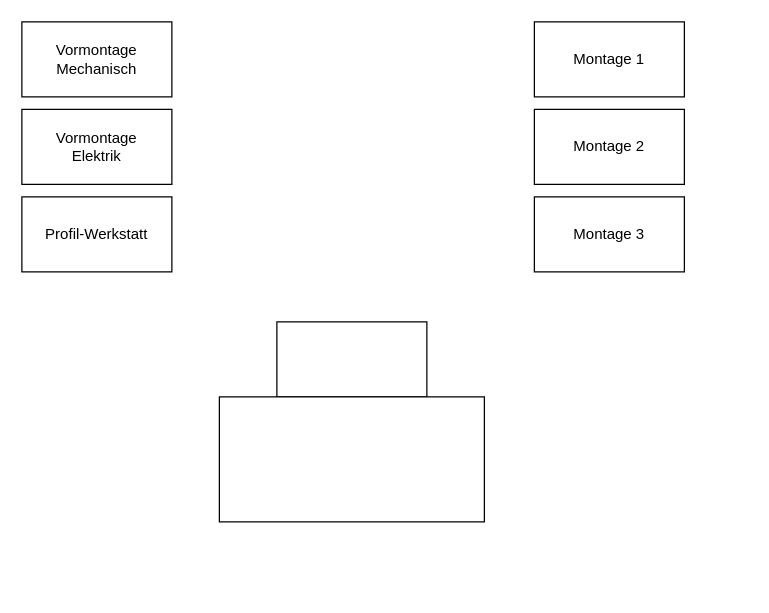
macnch33s3/draw.io keeps this draw.io diagram as Produktionslayout Sortic.drawio. Above is the earlier version. Source tidied: cells renumbered, new cells numbered last; positions are measured from the earlier drawing's top-left corner, leaving out a move shared by most shapes. Both pictures are drawn from the tidied source at 125%, with x=0, y=0 at pixel (21, 21).
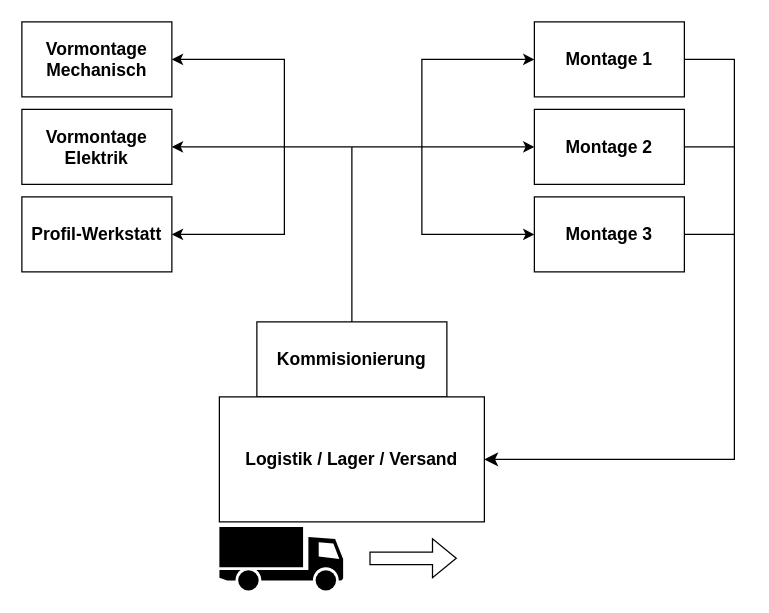
The same diagram, later.

The edit, as a diff of the source:
```diff
@@
-    <mxCell id="2" style="rounded=0;whiteSpace=wrap;html=1;" parent="1" vertex="1">
-      <mxGeometry x="204" y="240" width="120" height="60" as="geometry" />
+    <mxCell id="2" value="&lt;font style=&quot;font-size: 14px;&quot;&gt;&lt;b&gt;Kommisionierung&lt;/b&gt;&lt;/font&gt;" style="rounded=0;whiteSpace=wrap;html=1;strokeColor=default;align=center;verticalAlign=middle;fontFamily=Helvetica;fontSize=12;fontColor=default;fillColor=default;" parent="1" vertex="1">
+      <mxGeometry x="188" y="240" width="152" height="60" as="geometry" />
     </mxCell>
-    <mxCell id="3" value="Vormontage Mechanisch" style="rounded=0;whiteSpace=wrap;html=1;" parent="1" vertex="1">
+    <mxCell id="3" value="&lt;b&gt;&lt;font style=&quot;font-size: 14px;&quot;&gt;Vormontage Mechanisch&lt;/font&gt;&lt;/b&gt;" style="rounded=0;whiteSpace=wrap;html=1;" parent="1" vertex="1">
       <mxGeometry width="120" height="60" as="geometry" />
     </mxCell>
-    <mxCell id="4" value="Vormontage&lt;br&gt;Elektrik" style="rounded=0;whiteSpace=wrap;html=1;" parent="1" vertex="1">
+    <mxCell id="4" value="&lt;b&gt;&lt;font style=&quot;font-size: 14px;&quot;&gt;Vormontage&lt;br&gt;Elektrik&lt;/font&gt;&lt;/b&gt;" style="rounded=0;whiteSpace=wrap;html=1;" parent="1" vertex="1">
       <mxGeometry y="70" width="120" height="60" as="geometry" />
     </mxCell>
-    <mxCell id="5" value="Profil-Werkstatt" style="rounded=0;whiteSpace=wrap;html=1;" parent="1" vertex="1">
+    <mxCell id="5" value="&lt;b&gt;&lt;font style=&quot;font-size: 14px;&quot;&gt;Profil-Werkstatt&lt;/font&gt;&lt;/b&gt;" style="rounded=0;whiteSpace=wrap;html=1;" parent="1" vertex="1">
       <mxGeometry y="140" width="120" height="60" as="geometry" />
     </mxCell>
-    <mxCell id="6" value="Montage 1" style="rounded=0;whiteSpace=wrap;html=1;" parent="1" vertex="1">
+    <mxCell id="6" value="&lt;b&gt;&lt;font style=&quot;font-size: 14px;&quot;&gt;Montage 1&lt;/font&gt;&lt;/b&gt;" style="rounded=0;whiteSpace=wrap;html=1;" parent="1" vertex="1">
       <mxGeometry x="410" width="120" height="60" as="geometry" />
     </mxCell>
-    <mxCell id="7" value="Montage 2" style="rounded=0;whiteSpace=wrap;html=1;" parent="1" vertex="1">
+    <mxCell id="7" value="&lt;font style=&quot;font-size: 14px;&quot;&gt;&lt;b&gt;Montage 2&lt;/b&gt;&lt;/font&gt;" style="rounded=0;whiteSpace=wrap;html=1;" parent="1" vertex="1">
       <mxGeometry x="410" y="70" width="120" height="60" as="geometry" />
     </mxCell>
-    <mxCell id="8" value="Montage 3" style="rounded=0;whiteSpace=wrap;html=1;" parent="1" vertex="1">
+    <mxCell id="8" value="&lt;font style=&quot;font-size: 14px;&quot;&gt;&lt;b&gt;Montage 3&lt;/b&gt;&lt;/font&gt;" style="rounded=0;whiteSpace=wrap;html=1;" parent="1" vertex="1">
       <mxGeometry x="410" y="140" width="120" height="60" as="geometry" />
     </mxCell>
-    <mxCell id="9" style="rounded=0;whiteSpace=wrap;html=1;" parent="1" vertex="1">
+    <mxCell id="9" value="&lt;font style=&quot;font-size: 14px;&quot;&gt;&lt;b&gt;Logistik / Lager / Versand&lt;/b&gt;&lt;/font&gt;" style="rounded=0;whiteSpace=wrap;html=1;" parent="1" vertex="1">
       <mxGeometry x="158" y="300" width="212" height="100" as="geometry" />
     </mxCell>
+    <mxCell id="10" style="endArrow=none;html=1;rounded=0;exitX=0.5;exitY=0;exitDx=0;exitDy=0;endFill=0;edgeStyle=orthogonalEdgeStyle;" parent="1" edge="1" source="2">
+      <mxGeometry relative="1" as="geometry">
+        <mxPoint x="264" y="100" as="targetPoint" />
+      </mxGeometry>
+    </mxCell>
+    <mxCell id="11" style="edgeStyle=orthogonalEdgeStyle;elbow=horizontal;endArrow=classic;html=1;rounded=0;entryX=1;entryY=0.5;entryDx=0;entryDy=0;" parent="1" edge="1" target="3">
+      <mxGeometry relative="1" as="geometry">
+        <mxPoint x="264" y="100" as="sourcePoint" />
+        <Array as="points">
+          <mxPoint x="210" y="100" />
+          <mxPoint x="210" y="30" />
+        </Array>
+      </mxGeometry>
+    </mxCell>
+    <mxCell id="12" style="edgeStyle=elbowEdgeStyle;elbow=horizontal;endArrow=classic;html=1;curved=0;rounded=0;endSize=8;startSize=8;exitX=1;exitY=0.5;exitDx=0;exitDy=0;entryX=1;entryY=0.5;entryDx=0;entryDy=0;" parent="1" edge="1" source="6" target="9">
+      <mxGeometry relative="1" as="geometry">
+        <Array as="points">
+          <mxPoint x="570" y="184" />
+        </Array>
+      </mxGeometry>
+    </mxCell>
+    <mxCell id="13" style="edgeStyle=orthogonalEdgeStyle;elbow=horizontal;endArrow=classic;html=1;rounded=0;entryX=1;entryY=0.5;entryDx=0;entryDy=0;" parent="1" edge="1" target="5">
+      <mxGeometry relative="1" as="geometry">
+        <mxPoint x="210" y="100" as="sourcePoint" />
+        <Array as="points">
+          <mxPoint x="210" y="170" />
+        </Array>
+      </mxGeometry>
+    </mxCell>
+    <mxCell id="14" style="endArrow=classic;html=1;rounded=0;entryX=1;entryY=0.5;entryDx=0;entryDy=0;" parent="1" edge="1" target="4">
+      <mxGeometry relative="1" as="geometry">
+        <mxPoint x="210" y="100" as="sourcePoint" />
+      </mxGeometry>
+    </mxCell>
+    <mxCell id="15" style="edgeStyle=orthogonalEdgeStyle;elbow=horizontal;endArrow=classic;html=1;rounded=0;entryX=1;entryY=0.5;entryDx=0;entryDy=0;" parent="1" edge="1">
+      <mxGeometry relative="1" as="geometry">
+        <mxPoint x="264" y="100" as="sourcePoint" />
+        <mxPoint x="410" y="30" as="targetPoint" />
+        <Array as="points">
+          <mxPoint x="320" y="100" />
+          <mxPoint x="320" y="30" />
+        </Array>
+      </mxGeometry>
+    </mxCell>
+    <mxCell id="16" style="edgeStyle=orthogonalEdgeStyle;elbow=horizontal;endArrow=classic;html=1;rounded=0;entryX=0;entryY=0.5;entryDx=0;entryDy=0;" parent="1" edge="1" target="8">
+      <mxGeometry relative="1" as="geometry">
+        <mxPoint x="320" y="100" as="sourcePoint" />
+        <Array as="points">
+          <mxPoint x="320" y="170" />
+        </Array>
+      </mxGeometry>
+    </mxCell>
+    <mxCell id="17" style="endArrow=classic;html=1;rounded=0;entryX=0;entryY=0.5;entryDx=0;entryDy=0;" parent="1" edge="1" target="7">
+      <mxGeometry relative="1" as="geometry">
+        <mxPoint x="320" y="100" as="sourcePoint" />
+      </mxGeometry>
+    </mxCell>
+    <mxCell id="18" style="endArrow=none;html=1;rounded=0;endFill=0;" parent="1" edge="1">
+      <mxGeometry relative="1" as="geometry">
+        <mxPoint x="530" y="170" as="sourcePoint" />
+        <mxPoint x="570" y="170" as="targetPoint" />
+      </mxGeometry>
+    </mxCell>
+    <mxCell id="19" style="endArrow=none;html=1;rounded=0;exitX=1;exitY=0.5;exitDx=0;exitDy=0;endFill=0;" parent="1" edge="1" source="7">
+      <mxGeometry relative="1" as="geometry">
+        <mxPoint x="570" y="100" as="targetPoint" />
+      </mxGeometry>
+    </mxCell>
+    <mxCell id="20" style="shape=mxgraph.signs.transportation.truck_1;html=1;fillColor=#000000;strokeColor=none;verticalLabelPosition=bottom;verticalAlign=top;align=center;flipV=0;flipH=1;fontStyle=1;fontSize=14;" parent="1" vertex="1">
+      <mxGeometry x="158" y="404" width="99" height="51" as="geometry" />
+    </mxCell>
+    <mxCell id="21" style="shape=flexArrow;endArrow=classic;html=1;rounded=0;fontStyle=1;fontSize=14;" parent="1" edge="1">
+      <mxGeometry relative="1" as="geometry">
+        <mxPoint x="278" y="429.1" as="sourcePoint" />
+        <mxPoint x="348" y="429.1" as="targetPoint" />
+      </mxGeometry>
+    </mxCell>
```
